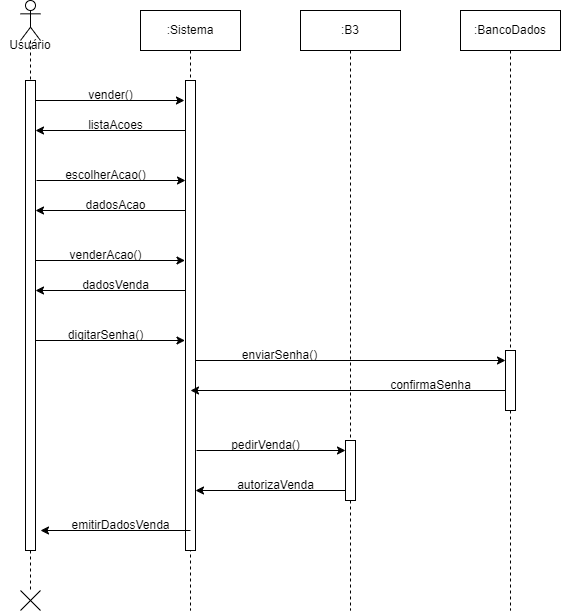
The draw.io diagram diagrama_sequencia_vender_acao.png in ThePlano/Projeto-CC5511---ENGENHARIA-DE-SOFTWARE, before a commit. Source tidied: cells renumbered, new cells last; positions are measured from the earlier drawing's top-left corner, leaving out a move shared by most shapes.
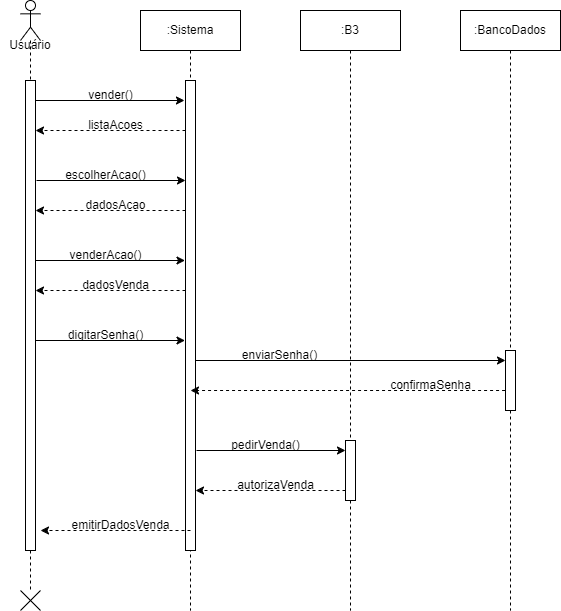
After the commit.

What changed in the source:
```diff
@@ -32,7 +32,7 @@
     <mxCell id="10" value="vender()" style="text;html=1;align=center;verticalAlign=middle;strokeColor=none;fillColor=none;" parent="1" vertex="1">
       <mxGeometry x="75" y="80" width="70" height="30" as="geometry" />
     </mxCell>
-    <mxCell id="11" style="endArrow=classic;html=1;rounded=0;" parent="1" edge="1">
+    <mxCell id="11" style="endArrow=classic;html=1;rounded=0;dashed=1;" parent="1" edge="1">
       <mxGeometry relative="1" as="geometry">
         <mxPoint x="185" y="130" as="sourcePoint" />
         <mxPoint x="35" y="130" as="targetPoint" />
@@ -59,7 +59,7 @@
     <mxCell id="16" value="pedirVenda()" style="text;html=1;align=center;verticalAlign=middle;strokeColor=none;fillColor=none;" parent="1" vertex="1">
       <mxGeometry x="220" y="430" width="90" height="30" as="geometry" />
     </mxCell>
-    <mxCell id="17" style="endArrow=classic;html=1;rounded=0;" parent="1" edge="1">
+    <mxCell id="17" style="endArrow=classic;html=1;rounded=0;dashed=1;" parent="1" edge="1">
       <mxGeometry relative="1" as="geometry">
         <mxPoint x="345" y="490" as="sourcePoint" />
         <mxPoint x="195" y="490" as="targetPoint" />
@@ -71,7 +71,7 @@
     <mxCell id="19" style="shape=umlDestroy;whiteSpace=wrap;html=1;strokeWidth=1;targetShapes=umlLifeline;" parent="1" vertex="1">
       <mxGeometry x="20" y="590" width="20" height="20" as="geometry" />
     </mxCell>
-    <mxCell id="20" style="endArrow=classic;html=1;rounded=0;" parent="1" edge="1">
+    <mxCell id="20" style="endArrow=classic;html=1;rounded=0;dashed=1;" parent="1" edge="1">
       <mxGeometry relative="1" as="geometry">
         <mxPoint x="185" y="210" as="sourcePoint" />
         <mxPoint x="35" y="210" as="targetPoint" />
@@ -89,7 +89,7 @@
     <mxCell id="23" value="venderAcao()" style="text;html=1;align=center;verticalAlign=middle;strokeColor=none;fillColor=none;" parent="1" vertex="1">
       <mxGeometry x="54.5" y="240" width="100" height="30" as="geometry" />
     </mxCell>
-    <mxCell id="24" style="endArrow=classic;html=1;rounded=0;" parent="1" edge="1">
+    <mxCell id="24" style="endArrow=classic;html=1;rounded=0;dashed=1;" parent="1" edge="1">
       <mxGeometry relative="1" as="geometry">
         <mxPoint x="185" y="290" as="sourcePoint" />
         <mxPoint x="35" y="290" as="targetPoint" />
@@ -107,7 +107,7 @@
     <mxCell id="27" value="digitarSenha()" style="text;html=1;align=center;verticalAlign=middle;strokeColor=none;fillColor=none;" parent="1" vertex="1">
       <mxGeometry x="54.5" y="320" width="100" height="30" as="geometry" />
     </mxCell>
-    <mxCell id="28" style="endArrow=classic;html=1;rounded=0;" parent="1" edge="1">
+    <mxCell id="28" style="endArrow=classic;html=1;rounded=0;dashed=1;" parent="1" edge="1">
       <mxGeometry relative="1" as="geometry">
         <mxPoint x="190" y="530" as="sourcePoint" />
         <mxPoint x="40" y="530" as="targetPoint" />
@@ -131,7 +131,7 @@
     <mxCell id="33" value="enviarSenha()" style="text;html=1;align=center;verticalAlign=middle;strokeColor=none;fillColor=none;" parent="1" vertex="1">
       <mxGeometry x="229" y="340" width="100" height="30" as="geometry" />
     </mxCell>
-    <mxCell id="34" style="endArrow=classic;html=1;rounded=0;" parent="1" edge="1">
+    <mxCell id="34" style="endArrow=classic;html=1;rounded=0;dashed=1;" parent="1" edge="1">
       <mxGeometry relative="1" as="geometry">
         <mxPoint x="504.6" y="390" as="sourcePoint" />
         <mxPoint x="190" y="390" as="targetPoint" />
```
